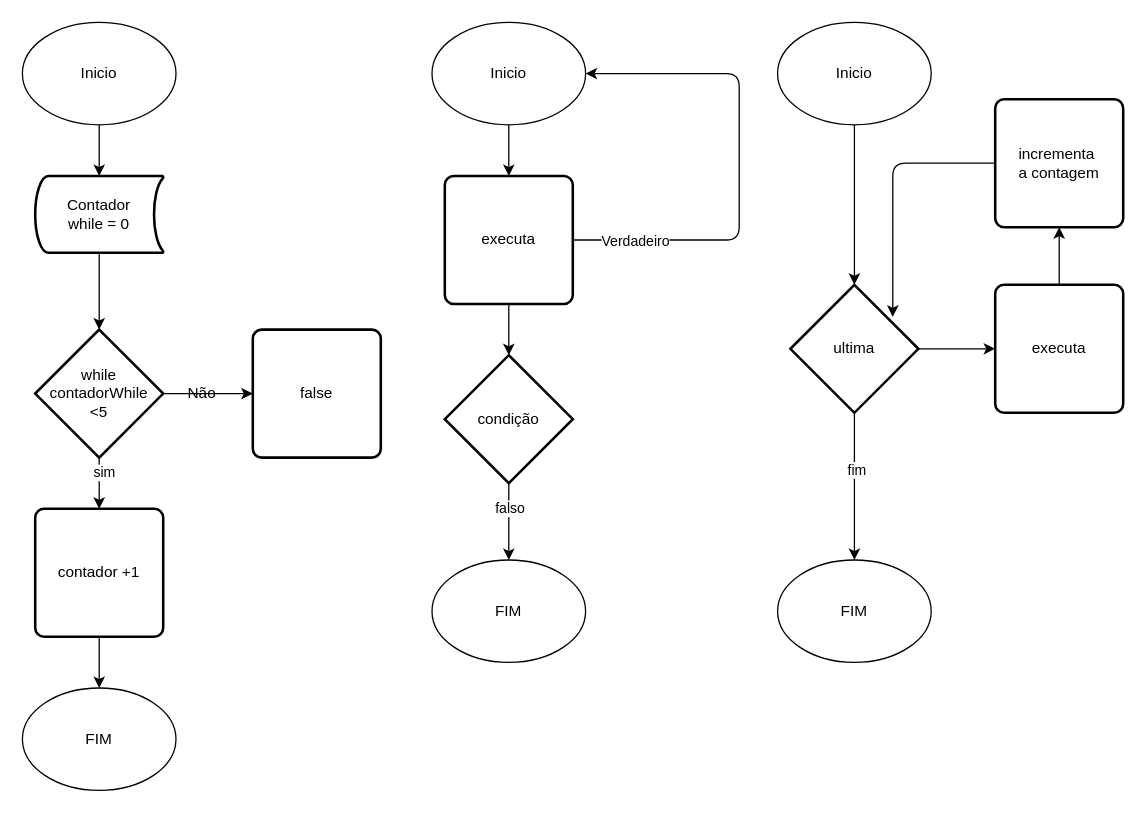
Earlier version of the draw.io diagram aulas/aula04/fluxo.drawio (dsdaniel-santana/logica_programacao). Source tidied: cells renumbered, new cells numbered last; positions are measured from the earlier drawing's top-left corner, leaving out a move shared by most shapes. Both pictures are drawn from the tidied source at 128%, with x=0, y=0 at pixel (22, 22).
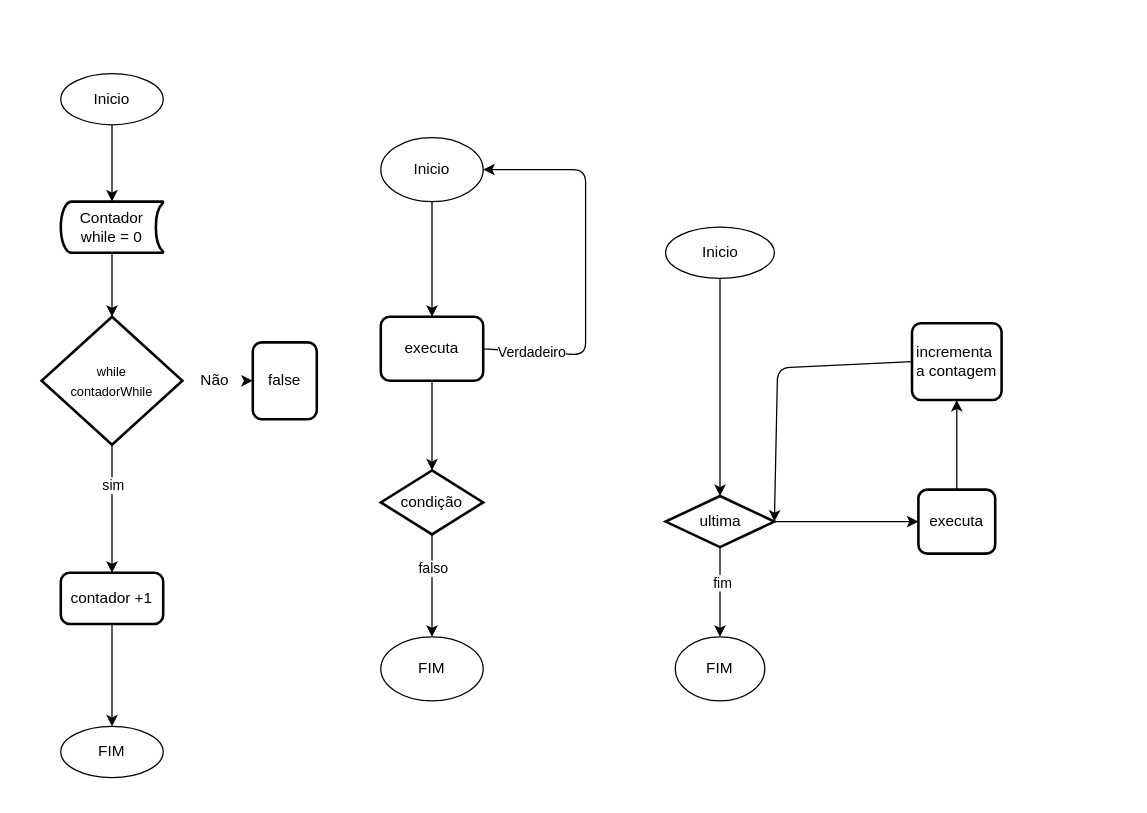
The same page after the edit.

Commit message (it also covers changes not shown here):
desafio while resolvido aula 4

Unchanged cells that the change refers to:
```xml
<mxCell id="7" style="edgeStyle=none;html=1;exitX=0.5;exitY=1;exitDx=0;exitDy=0;exitPerimeter=0;entryX=0.5;entryY=0;entryDx=0;entryDy=0;" parent="1" edge="1" source="10" target="12">
  <mxGeometry relative="1" as="geometry" />
</mxCell>
```

Diff of the diagram source:
```diff
@@
     <mxCell id="3" value="Inicio" style="ellipse;whiteSpace=wrap;html=1;" parent="1" vertex="1">
-      <mxGeometry width="120" height="80" as="geometry" />
+      <mxGeometry x="30" y="40" width="80" height="40" as="geometry" />
     </mxCell>
     <mxCell id="4" value="FIM" style="ellipse;whiteSpace=wrap;html=1;" parent="1" vertex="1">
-      <mxGeometry y="520" width="120" height="80" as="geometry" />
+      <mxGeometry x="30" y="550" width="80" height="40" as="geometry" />
     </mxCell>
@@
     <mxCell id="6" value="Contador &lt;br&gt;while = 0" style="strokeWidth=2;html=1;shape=mxgraph.flowchart.stored_data;whiteSpace=wrap;" parent="1" vertex="1">
-      <mxGeometry x="10" y="120" width="100" height="60" as="geometry" />
+      <mxGeometry x="30" y="140" width="80" height="40" as="geometry" />
     </mxCell>
@@
     <mxCell id="8" value="sim" style="edgeLabel;html=1;align=center;verticalAlign=middle;" parent="7" vertex="1">
-      <mxGeometry x="-0.47" y="3" relative="1" as="geometry" />
+      <mxGeometry x="-0.47" y="3" relative="1" as="geometry">
+        <mxPoint x="-3" y="4" as="offset" />
+      </mxGeometry>
     </mxCell>
-    <mxCell id="9" style="edgeStyle=none;html=1;exitX=1;exitY=0.5;exitDx=0;exitDy=0;exitPerimeter=0;entryX=0;entryY=0.5;entryDx=0;entryDy=0;" parent="1" edge="1" source="10" target="13">
+    <mxCell id="9" style="edgeStyle=none;html=1;exitX=1;exitY=0.5;exitDx=0;exitDy=0;exitPerimeter=0;entryX=0;entryY=0.5;entryDx=0;entryDy=0;startArrow=none;" parent="1" edge="1" source="14" target="13">
       <mxGeometry relative="1" as="geometry" />
     </mxCell>
-    <mxCell id="10" value="while&lt;br&gt;contadorWhile&lt;br&gt;&amp;lt;5" style="strokeWidth=2;html=1;shape=mxgraph.flowchart.decision;whiteSpace=wrap;" parent="1" vertex="1">
-      <mxGeometry x="10" y="240" width="100" height="100" as="geometry" />
+    <mxCell id="10" value="&lt;font style=&quot;font-size: 10px;&quot;&gt;while&lt;br&gt;contadorWhile&lt;br&gt;&lt;/font&gt;" style="strokeWidth=2;html=1;shape=mxgraph.flowchart.decision;whiteSpace=wrap;" parent="1" vertex="1">
+      <mxGeometry x="15" y="230" width="110" height="100" as="geometry" />
     </mxCell>
@@
     <mxCell id="12" value="contador +1" style="rounded=1;whiteSpace=wrap;html=1;absoluteArcSize=1;arcSize=14;strokeWidth=2;" parent="1" vertex="1">
-      <mxGeometry x="10" y="380" width="100" height="100" as="geometry" />
+      <mxGeometry x="30" y="430" width="80" height="40" as="geometry" />
     </mxCell>
     <mxCell id="13" value="false&lt;br&gt;" style="rounded=1;whiteSpace=wrap;html=1;absoluteArcSize=1;arcSize=14;strokeWidth=2;" parent="1" vertex="1">
-      <mxGeometry x="180" y="240" width="100" height="100" as="geometry" />
+      <mxGeometry x="180" y="250" width="50" height="60" as="geometry" />
     </mxCell>
-    <mxCell id="14" value="Não" style="text;html=1;align=center;verticalAlign=middle;points=[];strokeColor=none;fillColor=none;" parent="1" vertex="1">
-      <mxGeometry x="115" y="275" width="50" height="30" as="geometry" />
-    </mxCell>
@@
     <mxCell id="16" value="Inicio" style="ellipse;whiteSpace=wrap;html=1;" parent="1" vertex="1">
-      <mxGeometry x="320" width="120" height="80" as="geometry" />
+      <mxGeometry x="280" y="90" width="80" height="50" as="geometry" />
     </mxCell>
@@
     <mxCell id="18" value="executa" style="rounded=1;whiteSpace=wrap;html=1;absoluteArcSize=1;arcSize=14;strokeWidth=2;" parent="1" vertex="1">
-      <mxGeometry x="330" y="120" width="100" height="100" as="geometry" />
+      <mxGeometry x="280" y="230" width="80" height="50" as="geometry" />
     </mxCell>
@@
     <mxCell id="21" value="condição" style="strokeWidth=2;html=1;shape=mxgraph.flowchart.decision;whiteSpace=wrap;" parent="1" vertex="1">
-      <mxGeometry x="330" y="260" width="100" height="100" as="geometry" />
+      <mxGeometry x="280" y="350" width="80" height="50" as="geometry" />
     </mxCell>
     <mxCell id="22" value="FIM" style="ellipse;whiteSpace=wrap;html=1;" parent="1" vertex="1">
-      <mxGeometry x="320" y="420" width="120" height="80" as="geometry" />
+      <mxGeometry x="280" y="480" width="80" height="50" as="geometry" />
     </mxCell>
     <mxCell id="23" style="edgeStyle=none;rounded=1;html=1;exitX=1;exitY=0.5;exitDx=0;exitDy=0;entryX=1;entryY=0.5;entryDx=0;entryDy=0;" parent="1" edge="1" source="18" target="16">
       <mxGeometry relative="1" as="geometry">
         <Array as="points">
-          <mxPoint x="560" y="170" />
-          <mxPoint x="560" y="40" />
+          <mxPoint x="440" y="260" />
+          <mxPoint x="440" y="115" />
         </Array>
       </mxGeometry>
     </mxCell>
@@
     <mxCell id="26" value="Inicio" style="ellipse;whiteSpace=wrap;html=1;" parent="1" vertex="1">
-      <mxGeometry x="590" width="120" height="80" as="geometry" />
+      <mxGeometry x="502.5" y="160" width="85" height="40" as="geometry" />
     </mxCell>
     <mxCell id="27" value="FIM" style="ellipse;whiteSpace=wrap;html=1;" parent="1" vertex="1">
-      <mxGeometry x="590" y="420" width="120" height="80" as="geometry" />
+      <mxGeometry x="510" y="480" width="70" height="50" as="geometry" />
     </mxCell>
@@
     <mxCell id="31" value="ultima" style="strokeWidth=2;html=1;shape=mxgraph.flowchart.decision;whiteSpace=wrap;" parent="1" vertex="1">
-      <mxGeometry x="600" y="205" width="100" height="100" as="geometry" />
+      <mxGeometry x="502.5" y="370" width="85" height="40" as="geometry" />
     </mxCell>
@@
     <mxCell id="33" value="executa" style="rounded=1;whiteSpace=wrap;html=1;absoluteArcSize=1;arcSize=14;strokeWidth=2;" parent="1" vertex="1">
-      <mxGeometry x="760" y="205" width="100" height="100" as="geometry" />
+      <mxGeometry x="700" y="365" width="60" height="50" as="geometry" />
     </mxCell>
-    <mxCell id="34" style="edgeStyle=none;rounded=1;html=1;exitX=0;exitY=0.5;exitDx=0;exitDy=0;" parent="1" edge="1" source="35">
+    <mxCell id="34" style="edgeStyle=none;rounded=1;html=1;exitX=0;exitY=0.5;exitDx=0;exitDy=0;entryX=1;entryY=0.5;entryDx=0;entryDy=0;entryPerimeter=0;" parent="1" edge="1" source="35" target="31">
       <mxGeometry relative="1" as="geometry">
-        <mxPoint x="680" y="230" as="targetPoint" />
         <Array as="points">
-          <mxPoint x="680" y="110" />
+          <mxPoint x="590" y="270" />
         </Array>
       </mxGeometry>
     </mxCell>
     <mxCell id="35" value="incrementa&amp;nbsp;&lt;br&gt;a contagem" style="rounded=1;whiteSpace=wrap;html=1;absoluteArcSize=1;arcSize=14;strokeWidth=2;" parent="1" vertex="1">
-      <mxGeometry x="760" y="60" width="100" height="100" as="geometry" />
+      <mxGeometry x="695" y="235" width="70" height="60" as="geometry" />
     </mxCell>
+    <mxCell id="36" style="edgeStyle=none;html=1;exitX=1;exitY=0.5;exitDx=0;exitDy=0;exitPerimeter=0;entryX=0;entryY=0.5;entryDx=0;entryDy=0;endArrow=none;" parent="1" edge="1" source="10" target="14">
+      <mxGeometry relative="1" as="geometry" />
+    </mxCell>
+    <mxCell id="14" value="Não" style="text;html=1;align=center;verticalAlign=middle;points=[];strokeColor=none;fillColor=none;" parent="1" vertex="1">
+      <mxGeometry x="125" y="265" width="50" height="30" as="geometry" />
+    </mxCell>
```
